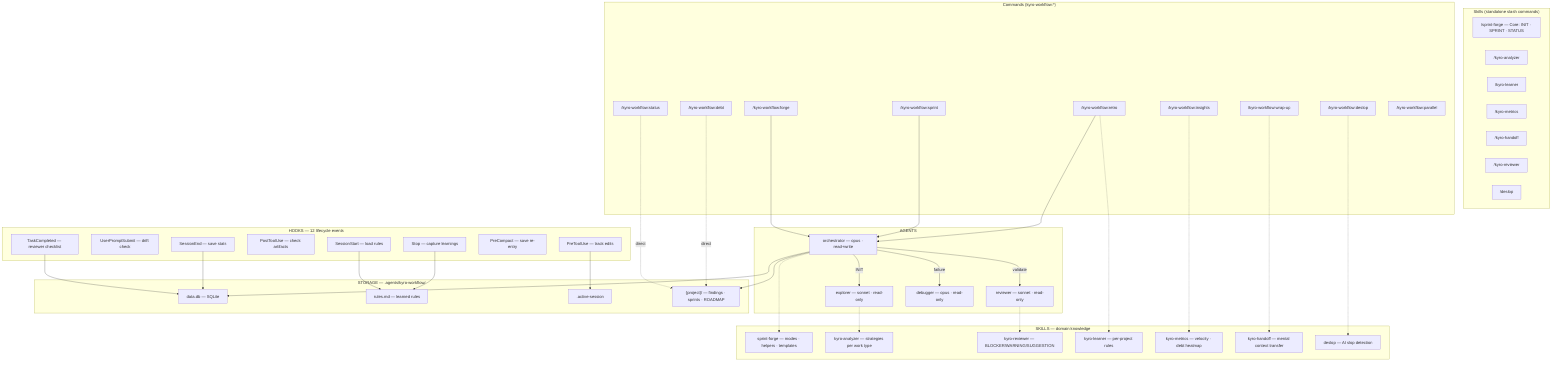
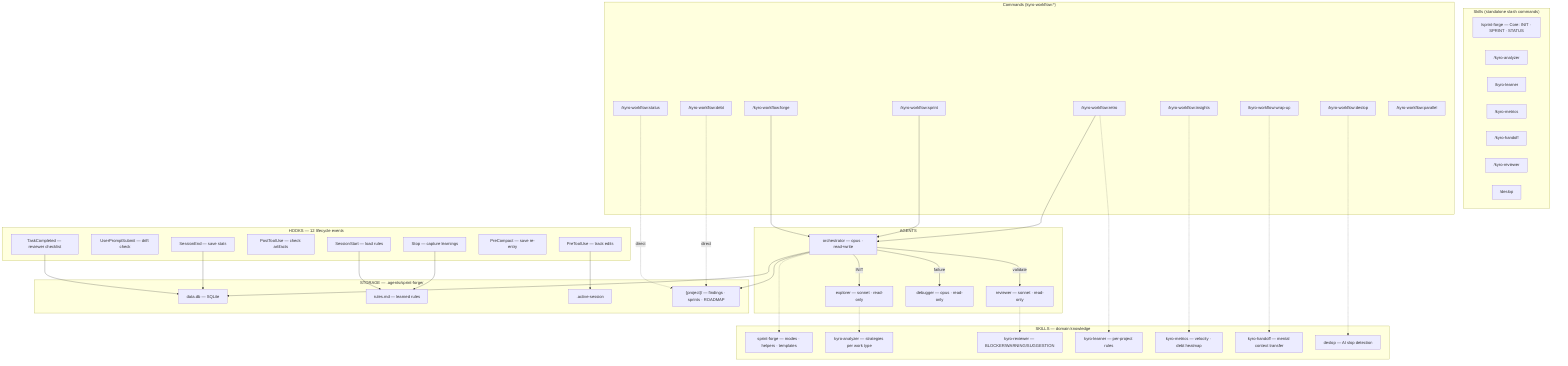
flowchart TD
    subgraph SKILLS_ENTRY["Skills (standalone slash commands)"]
        SK1["/sprint-forge — Core: INIT · SPRINT · STATUS"]
        SK2["/kyro-analyzer"]
        SK3["/kyro-learner"]
        SK4["/kyro-metrics"]
        SK5["/kyro-handoff"]
        SK6["/kyro-reviewer"]
        SK7["/deslop"]
    end

    subgraph COMMANDS_ENTRY["Commands (kyro-workflow:*)"]
        CMD1["/kyro-workflow:forge"]
        CMD2["/kyro-workflow:sprint"]
        CMD3["/kyro-workflow:status"]
        CMD4["/kyro-workflow:debt"]
        CMD5["/kyro-workflow:retro"]
        CMD6["/kyro-workflow:wrap-up"]
        CMD7["/kyro-workflow:insights"]
        CMD8["/kyro-workflow:deslop"]
        CMD9["/kyro-workflow:parallel"]
    end

    subgraph AGENTS["AGENTS"]
        ORCH["orchestrator — opus · read+write"]
        EXPL["explorer — sonnet · read-only"]
        REVW["reviewer — sonnet · read-only"]
        DBGR["debugger — opus · read-only"]
    end

    subgraph KNOWLEDGE["SKILLS — domain knowledge"]
        S_FORGE["sprint-forge — modes · helpers · templates"]
        S_ANALYZER["kyro-analyzer — strategies per work type"]
        S_REVIEWER["kyro-reviewer — BLOCKER/WARNING/SUGGESTION"]
        S_LEARNER["kyro-learner — per-project rules"]
        S_METRICS["kyro-metrics — velocity · debt heatmap"]
        S_HANDOFF["kyro-handoff — mental context transfer"]
        S_DESLOP["deslop — AI slop detection"]
    end

    subgraph HOOKS["HOOKS — 12 lifecycle events"]
        H1["SessionStart — load rules"]
        H2["UserPromptSubmit — drift check"]
        H3["PreToolUse — track edits"]
        H4["PostToolUse — check artifacts"]
        H5["TaskCompleted — reviewer checklist"]
        H6["Stop — capture learnings"]
        H7["PreCompact — save re-entry"]
        H8["SessionEnd — save stats"]
    end

-     subgraph STORAGE["STORAGE — .agents/kyro-workflow/"]
+     subgraph STORAGE["STORAGE — .agents/sprint-forge/"]
        DB["data.db — SQLite"]
        RULES["rules.md — learned rules"]
        SESSION[".active-session"]
        PROJ["{project}/ — findings · sprints · ROADMAP"]
    end

    CMD1 --> ORCH
    CMD2 --> ORCH
    CMD5 --> ORCH
    CMD3 -.->|direct| PROJ
    CMD4 -.->|direct| PROJ

    ORCH -->|INIT| EXPL
    ORCH -->|validate| REVW
    ORCH -->|failure| DBGR

    ORCH -.-> S_FORGE
    EXPL -.-> S_ANALYZER
    REVW -.-> S_REVIEWER

    CMD5 -.-> S_LEARNER
    CMD6 -.-> S_HANDOFF
    CMD7 -.-> S_METRICS
    CMD8 -.-> S_DESLOP

    H1 --> RULES
    H5 --> DB
    H6 --> RULES
    H8 --> DB
    H3 --> SESSION
    ORCH --> PROJ
    ORCH --> DB
